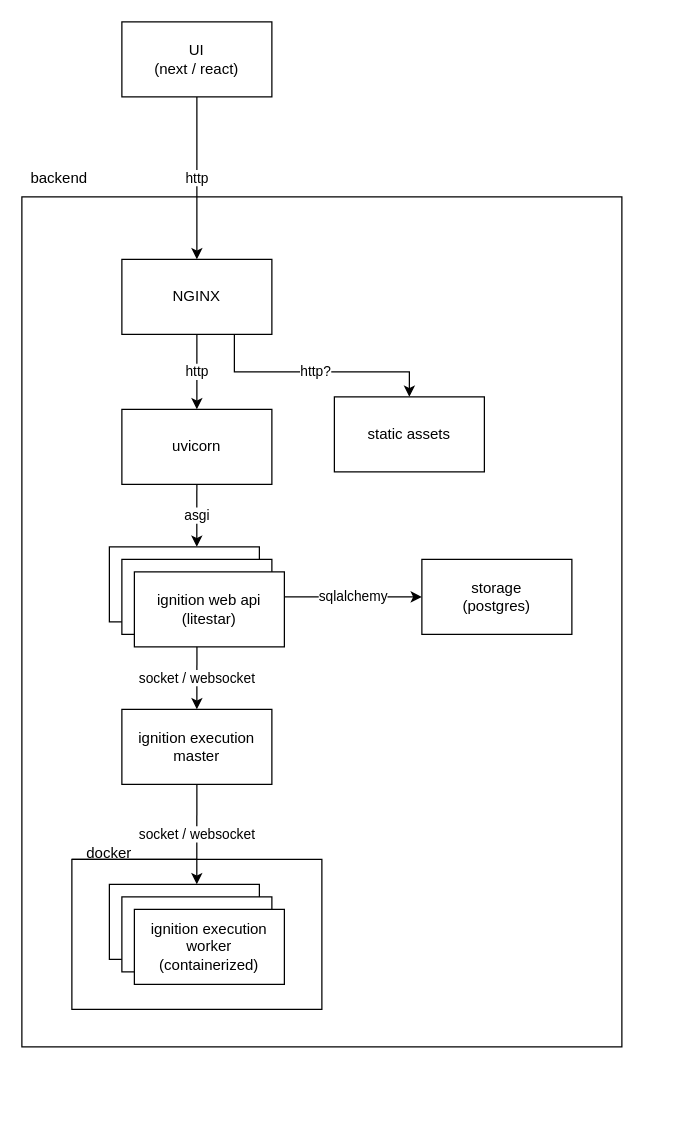
This is ignition.drawio from EliasEriksson/ignition, a draw.io file, before an edit. Source tidied: cells renumbered, new cells numbered last; positions are measured from the earlier drawing's top-left corner, leaving out a move shared by most shapes. Both pictures are drawn from the tidied source at 125%, with x=0, y=0 at pixel (21, 21).
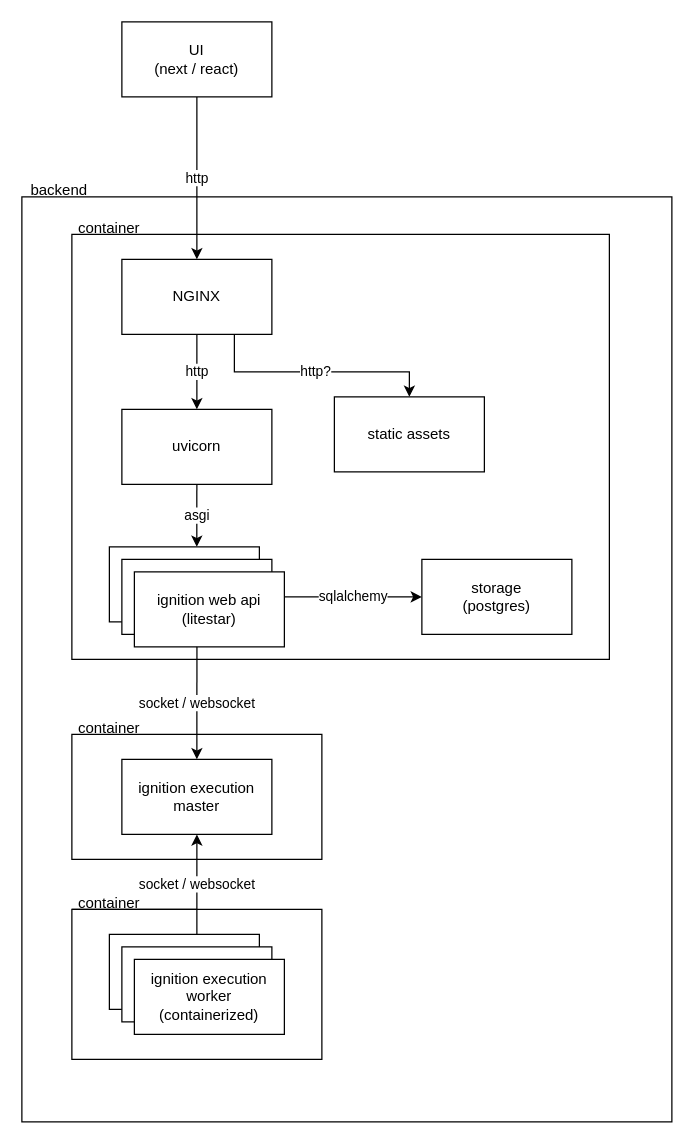
The same diagram, later.

The edit, as a diff of the source:
```diff
@@
-    <mxCell id="15" value="socket / websocket" style="edgeStyle=none;rounded=0;jettySize=auto;html=1;entryX=0.583;entryY=0;entryDx=0;entryDy=0;entryPerimeter=0;" parent="1" edge="1" source="16" target="17">
+    <mxCell id="15" value="socket / websocket" style="edgeStyle=none;rounded=0;jettySize=auto;html=1;entryX=0.5;entryY=0.8;entryDx=0;entryDy=0;entryPerimeter=0;exitX=0.5;exitY=0.167;exitDx=0;exitDy=0;exitPerimeter=0;" parent="1" edge="1" source="22" target="26">
       <mxGeometry relative="1" as="geometry" />
     </mxCell>
     <mxCell id="16" value="&lt;div&gt;ignition execution&lt;/div&gt;&lt;div&gt;master&lt;br&gt;&lt;/div&gt;" style="rounded=0;whiteSpace=wrap;html=1;fillColor=default;" parent="1" vertex="1">
-      <mxGeometry x="80" y="550" width="120" height="60" as="geometry" />
+      <mxGeometry x="80" y="590" width="120" height="60" as="geometry" />
     </mxCell>
     <mxCell id="17" style="rounded=0;whiteSpace=wrap;html=1;fillColor=default;" parent="1" vertex="1">
-      <mxGeometry x="70" y="690" width="120" height="60" as="geometry" />
+      <mxGeometry x="70" y="730" width="120" height="60" as="geometry" />
     </mxCell>
     <mxCell id="18" style="rounded=0;whiteSpace=wrap;html=1;fillColor=default;" parent="1" vertex="1">
-      <mxGeometry x="80" y="700" width="120" height="60" as="geometry" />
+      <mxGeometry x="80" y="740" width="120" height="60" as="geometry" />
     </mxCell>
     <mxCell id="19" value="&lt;div&gt;ignition execution&lt;/div&gt;&lt;div&gt;worker&lt;br&gt;&lt;/div&gt;&lt;div&gt;(containerized)&lt;br&gt;&lt;/div&gt;" style="rounded=0;whiteSpace=wrap;html=1;fillColor=default;" parent="1" vertex="1">
-      <mxGeometry x="90" y="710" width="120" height="60" as="geometry" />
+      <mxGeometry x="90" y="750" width="120" height="60" as="geometry" />
     </mxCell>
@@
     <mxCell id="22" style="rounded=0;whiteSpace=wrap;html=1;fillColor=none;" parent="1" vertex="1">
-      <mxGeometry x="40" y="670" width="200" height="120" as="geometry" />
+      <mxGeometry x="40" y="710" width="200" height="120" as="geometry" />
     </mxCell>
-    <mxCell id="23" value="docker" style="text;html=1;strokeColor=none;fillColor=none;align=center;verticalAlign=middle;whiteSpace=wrap;rounded=0;" parent="1" vertex="1">
-      <mxGeometry x="40" y="650" width="60" height="30" as="geometry" />
+    <mxCell id="23" value="&lt;div&gt;container&lt;/div&gt;" style="text;html=1;strokeColor=none;fillColor=none;align=center;verticalAlign=middle;whiteSpace=wrap;rounded=0;" parent="1" vertex="1">
+      <mxGeometry x="40" y="690" width="60" height="30" as="geometry" />
     </mxCell>
+    <mxCell id="26" style="rounded=0;whiteSpace=wrap;html=1;fillColor=none;" parent="1" vertex="1">
+      <mxGeometry x="40" y="570" width="200" height="100" as="geometry" />
+    </mxCell>
+    <mxCell id="27" value="&lt;div&gt;container&lt;/div&gt;" style="text;html=1;strokeColor=none;fillColor=none;align=center;verticalAlign=middle;whiteSpace=wrap;rounded=0;" parent="1" vertex="1">
+      <mxGeometry x="40" y="550" width="60" height="30" as="geometry" />
+    </mxCell>
+    <mxCell id="28" style="rounded=0;whiteSpace=wrap;html=1;fillColor=none;" parent="1" vertex="1">
+      <mxGeometry x="40" y="170" width="430" height="340" as="geometry" />
+    </mxCell>
+    <mxCell id="29" value="&lt;div&gt;container&lt;/div&gt;" style="text;html=1;strokeColor=none;fillColor=none;align=center;verticalAlign=middle;whiteSpace=wrap;rounded=0;" parent="1" vertex="1">
+      <mxGeometry x="40" y="150" width="60" height="30" as="geometry" />
+    </mxCell>
+    <mxCell id="30" style="rounded=0;whiteSpace=wrap;html=1;fillColor=none;" parent="1" vertex="1">
+      <mxGeometry y="140" width="520" height="740" as="geometry" />
+    </mxCell>
-    <mxCell id="24" value="backend" style="text;html=1;strokeColor=none;fillColor=none;align=center;verticalAlign=middle;whiteSpace=wrap;rounded=0;" parent="1" vertex="1">
-      <mxGeometry y="110" width="60" height="30" as="geometry" />
+    <mxCell id="24" value="&lt;div&gt;backend&lt;/div&gt;" style="text;html=1;strokeColor=none;fillColor=none;align=center;verticalAlign=middle;whiteSpace=wrap;rounded=0;" parent="1" vertex="1">
+      <mxGeometry y="120" width="60" height="30" as="geometry" />
     </mxCell>
-    <mxCell id="25" style="rounded=0;whiteSpace=wrap;html=1;fillColor=none;" parent="1" vertex="1">
-      <mxGeometry y="140" width="480" height="680" as="geometry" />
-    </mxCell>
```
